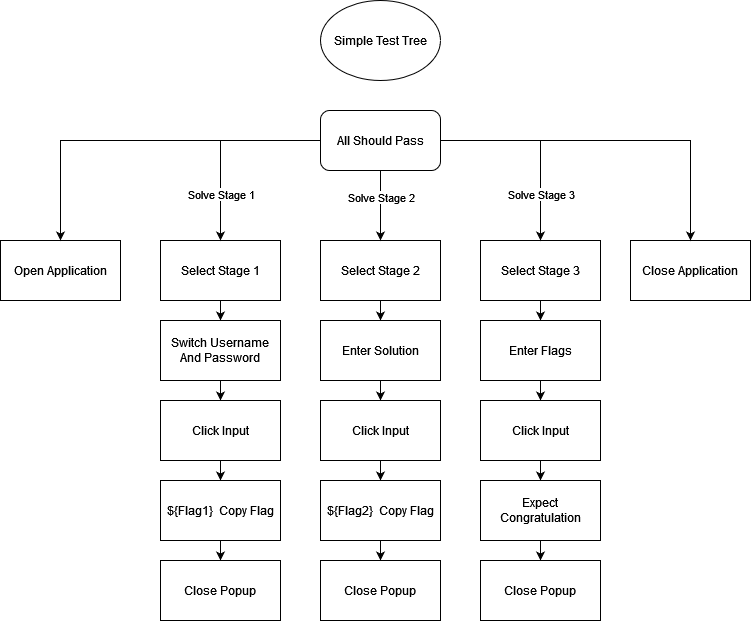
Above: ReadmeImages/SimpleTestTree.png in noubar/BehaviorTreeLibrary-Tests (draw.io), before the change. Source tidied: cells renumbered, new cells last; positions are measured from the earlier drawing's top-left corner, leaving out a move shared by most shapes.
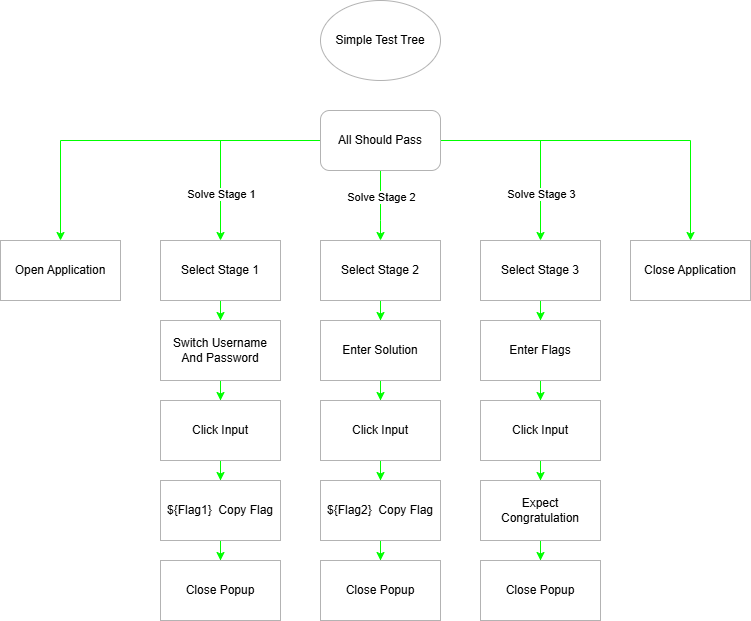
After the commit.

Diff of the diagram source:
```diff
@@ -2,100 +2,100 @@
   <root>
     <mxCell id="0" />
     <mxCell id="1" parent="0" />
-    <mxCell id="2" value="&lt;div&gt;Simple Test Tree&lt;/div&gt;" style="ellipse;whiteSpace=wrap;html=1;" parent="1" vertex="1">
+    <mxCell id="2" value="&lt;div&gt;Simple Test Tree&lt;/div&gt;" style="ellipse;whiteSpace=wrap;html=1;strokeColor=#B3B3B3;" parent="1" vertex="1">
       <mxGeometry x="320" width="120" height="80" as="geometry" />
     </mxCell>
-    <mxCell id="3" style="edgeStyle=orthogonalEdgeStyle;rounded=0;jettySize=auto;html=1;" parent="1" edge="1" source="4" target="6">
+    <mxCell id="3" style="edgeStyle=orthogonalEdgeStyle;rounded=0;jettySize=auto;html=1;strokeColor=#00FF00;" parent="1" edge="1" source="4" target="6">
       <mxGeometry relative="1" as="geometry" />
     </mxCell>
-    <mxCell id="4" value="Select Stage 1" style="rounded=0;whiteSpace=wrap;html=1;" parent="1" vertex="1">
+    <mxCell id="4" value="Select Stage 1" style="rounded=0;whiteSpace=wrap;html=1;strokeColor=#B3B3B3;" parent="1" vertex="1">
       <mxGeometry x="160" y="240" width="120" height="60" as="geometry" />
     </mxCell>
-    <mxCell id="5" style="edgeStyle=orthogonalEdgeStyle;rounded=0;jettySize=auto;html=1;" parent="1" edge="1" source="6" target="8">
+    <mxCell id="5" style="edgeStyle=orthogonalEdgeStyle;rounded=0;jettySize=auto;html=1;strokeColor=#00FF00;" parent="1" edge="1" source="6" target="8">
       <mxGeometry relative="1" as="geometry" />
     </mxCell>
-    <mxCell id="6" value="Switch Username And Password" style="rounded=0;whiteSpace=wrap;html=1;" parent="1" vertex="1">
+    <mxCell id="6" value="Switch Username And Password" style="rounded=0;whiteSpace=wrap;html=1;strokeColor=#B3B3B3;" parent="1" vertex="1">
       <mxGeometry x="160" y="320" width="120" height="60" as="geometry" />
     </mxCell>
-    <mxCell id="7" style="edgeStyle=orthogonalEdgeStyle;rounded=0;jettySize=auto;html=1;" parent="1" edge="1" source="8" target="10">
+    <mxCell id="7" style="edgeStyle=orthogonalEdgeStyle;rounded=0;jettySize=auto;html=1;strokeColor=#00FF00;" parent="1" edge="1" source="8" target="10">
       <mxGeometry relative="1" as="geometry" />
     </mxCell>
-    <mxCell id="8" value="Click Input" style="rounded=0;whiteSpace=wrap;html=1;" parent="1" vertex="1">
+    <mxCell id="8" value="Click Input" style="rounded=0;whiteSpace=wrap;html=1;strokeColor=#B3B3B3;" parent="1" vertex="1">
       <mxGeometry x="160" y="400" width="120" height="60" as="geometry" />
     </mxCell>
-    <mxCell id="9" style="edgeStyle=orthogonalEdgeStyle;rounded=0;jettySize=auto;html=1;" parent="1" edge="1" source="10" target="11">
+    <mxCell id="9" style="edgeStyle=orthogonalEdgeStyle;rounded=0;jettySize=auto;html=1;strokeColor=#00FF00;" parent="1" edge="1" source="10" target="11">
       <mxGeometry relative="1" as="geometry" />
     </mxCell>
-    <mxCell id="10" value="${Flag1}&amp;nbsp; Copy Flag" style="rounded=0;whiteSpace=wrap;html=1;" parent="1" vertex="1">
+    <mxCell id="10" value="${Flag1}&amp;nbsp; Copy Flag" style="rounded=0;whiteSpace=wrap;html=1;strokeColor=#B3B3B3;" parent="1" vertex="1">
       <mxGeometry x="160" y="480" width="120" height="60" as="geometry" />
     </mxCell>
-    <mxCell id="11" value="Close Popup" style="rounded=0;whiteSpace=wrap;html=1;" parent="1" vertex="1">
+    <mxCell id="11" value="Close Popup" style="rounded=0;whiteSpace=wrap;html=1;strokeColor=#B3B3B3;" parent="1" vertex="1">
       <mxGeometry x="160" y="560" width="120" height="60" as="geometry" />
     </mxCell>
-    <mxCell id="12" style="edgeStyle=orthogonalEdgeStyle;rounded=0;jettySize=auto;html=1;" parent="1" edge="1" source="13" target="15">
+    <mxCell id="12" style="edgeStyle=orthogonalEdgeStyle;rounded=0;jettySize=auto;html=1;strokeColor=#00FF00;" parent="1" edge="1" source="13" target="15">
       <mxGeometry relative="1" as="geometry" />
     </mxCell>
-    <mxCell id="13" value="Select Stage 2" style="rounded=0;whiteSpace=wrap;html=1;" parent="1" vertex="1">
+    <mxCell id="13" value="Select Stage 2" style="rounded=0;whiteSpace=wrap;html=1;strokeColor=#B3B3B3;" parent="1" vertex="1">
       <mxGeometry x="320" y="240" width="120" height="60" as="geometry" />
     </mxCell>
-    <mxCell id="14" style="edgeStyle=orthogonalEdgeStyle;rounded=0;jettySize=auto;html=1;" parent="1" edge="1" source="15" target="17">
+    <mxCell id="14" style="edgeStyle=orthogonalEdgeStyle;rounded=0;jettySize=auto;html=1;strokeColor=#00FF00;" parent="1" edge="1" source="15" target="17">
       <mxGeometry relative="1" as="geometry" />
     </mxCell>
-    <mxCell id="15" value="Enter Solution" style="rounded=0;whiteSpace=wrap;html=1;" parent="1" vertex="1">
+    <mxCell id="15" value="Enter Solution" style="rounded=0;whiteSpace=wrap;html=1;strokeColor=#B3B3B3;" parent="1" vertex="1">
       <mxGeometry x="320" y="320" width="120" height="60" as="geometry" />
     </mxCell>
-    <mxCell id="16" style="edgeStyle=orthogonalEdgeStyle;rounded=0;jettySize=auto;html=1;" parent="1" edge="1" source="17" target="19">
+    <mxCell id="16" style="edgeStyle=orthogonalEdgeStyle;rounded=0;jettySize=auto;html=1;strokeColor=#00FF00;" parent="1" edge="1" source="17" target="19">
       <mxGeometry relative="1" as="geometry" />
     </mxCell>
-    <mxCell id="17" value="Click Input" style="rounded=0;whiteSpace=wrap;html=1;" parent="1" vertex="1">
+    <mxCell id="17" value="Click Input" style="rounded=0;whiteSpace=wrap;html=1;strokeColor=#B3B3B3;" parent="1" vertex="1">
       <mxGeometry x="320" y="400" width="120" height="60" as="geometry" />
     </mxCell>
-    <mxCell id="18" style="edgeStyle=orthogonalEdgeStyle;rounded=0;jettySize=auto;html=1;" parent="1" edge="1" source="19" target="20">
+    <mxCell id="18" style="edgeStyle=orthogonalEdgeStyle;rounded=0;jettySize=auto;html=1;strokeColor=#00FF00;" parent="1" edge="1" source="19" target="20">
       <mxGeometry relative="1" as="geometry" />
     </mxCell>
-    <mxCell id="19" value="${Flag2}&amp;nbsp; Copy Flag" style="rounded=0;whiteSpace=wrap;html=1;" parent="1" vertex="1">
+    <mxCell id="19" value="${Flag2}&amp;nbsp; Copy Flag" style="rounded=0;whiteSpace=wrap;html=1;strokeColor=#B3B3B3;" parent="1" vertex="1">
       <mxGeometry x="320" y="480" width="120" height="60" as="geometry" />
     </mxCell>
-    <mxCell id="20" value="Close Popup" style="rounded=0;whiteSpace=wrap;html=1;" parent="1" vertex="1">
+    <mxCell id="20" value="Close Popup" style="rounded=0;whiteSpace=wrap;html=1;strokeColor=#B3B3B3;" parent="1" vertex="1">
       <mxGeometry x="320" y="560" width="120" height="60" as="geometry" />
     </mxCell>
-    <mxCell id="21" style="edgeStyle=orthogonalEdgeStyle;rounded=0;jettySize=auto;html=1;" parent="1" edge="1" source="22" target="24">
+    <mxCell id="21" style="edgeStyle=orthogonalEdgeStyle;rounded=0;jettySize=auto;html=1;strokeColor=#00FF00;" parent="1" edge="1" source="22" target="24">
       <mxGeometry relative="1" as="geometry" />
     </mxCell>
-    <mxCell id="22" value="Select Stage 3" style="rounded=0;whiteSpace=wrap;html=1;" parent="1" vertex="1">
+    <mxCell id="22" value="Select Stage 3" style="rounded=0;whiteSpace=wrap;html=1;strokeColor=#B3B3B3;" parent="1" vertex="1">
       <mxGeometry x="480" y="240" width="120" height="60" as="geometry" />
     </mxCell>
-    <mxCell id="23" style="edgeStyle=orthogonalEdgeStyle;rounded=0;jettySize=auto;html=1;" parent="1" edge="1" source="24" target="26">
+    <mxCell id="23" style="edgeStyle=orthogonalEdgeStyle;rounded=0;jettySize=auto;html=1;strokeColor=#00FF00;" parent="1" edge="1" source="24" target="26">
       <mxGeometry relative="1" as="geometry" />
     </mxCell>
-    <mxCell id="24" value="Enter Flags" style="rounded=0;whiteSpace=wrap;html=1;" parent="1" vertex="1">
+    <mxCell id="24" value="Enter Flags" style="rounded=0;whiteSpace=wrap;html=1;strokeColor=#B3B3B3;" parent="1" vertex="1">
       <mxGeometry x="480" y="320" width="120" height="60" as="geometry" />
     </mxCell>
-    <mxCell id="25" style="edgeStyle=orthogonalEdgeStyle;rounded=0;jettySize=auto;html=1;" parent="1" edge="1" source="26" target="28">
+    <mxCell id="25" style="edgeStyle=orthogonalEdgeStyle;rounded=0;jettySize=auto;html=1;strokeColor=#00FF00;" parent="1" edge="1" source="26" target="28">
       <mxGeometry relative="1" as="geometry" />
     </mxCell>
-    <mxCell id="26" value="Click Input" style="rounded=0;whiteSpace=wrap;html=1;" parent="1" vertex="1">
+    <mxCell id="26" value="Click Input" style="rounded=0;whiteSpace=wrap;html=1;strokeColor=#B3B3B3;" parent="1" vertex="1">
       <mxGeometry x="480" y="400" width="120" height="60" as="geometry" />
     </mxCell>
-    <mxCell id="27" style="edgeStyle=orthogonalEdgeStyle;rounded=0;jettySize=auto;html=1;" parent="1" edge="1" source="28" target="29">
+    <mxCell id="27" style="edgeStyle=orthogonalEdgeStyle;rounded=0;jettySize=auto;html=1;strokeColor=#00FF00;" parent="1" edge="1" source="28" target="29">
       <mxGeometry relative="1" as="geometry" />
     </mxCell>
-    <mxCell id="28" value="Expect Congratulation" style="rounded=0;whiteSpace=wrap;html=1;" parent="1" vertex="1">
+    <mxCell id="28" value="Expect Congratulation" style="rounded=0;whiteSpace=wrap;html=1;strokeColor=#B3B3B3;" parent="1" vertex="1">
       <mxGeometry x="480" y="480" width="120" height="60" as="geometry" />
     </mxCell>
-    <mxCell id="29" value="Close Popup" style="rounded=0;whiteSpace=wrap;html=1;" parent="1" vertex="1">
+    <mxCell id="29" value="Close Popup" style="rounded=0;whiteSpace=wrap;html=1;strokeColor=#B3B3B3;" parent="1" vertex="1">
       <mxGeometry x="480" y="560" width="120" height="60" as="geometry" />
     </mxCell>
-    <mxCell id="30" value="Close Application" style="rounded=0;whiteSpace=wrap;html=1;" parent="1" vertex="1">
+    <mxCell id="30" value="Close Application" style="rounded=0;whiteSpace=wrap;html=1;strokeColor=#B3B3B3;" parent="1" vertex="1">
       <mxGeometry x="630" y="240" width="120" height="60" as="geometry" />
     </mxCell>
-    <mxCell id="31" value="Open Application" style="rounded=0;whiteSpace=wrap;html=1;" parent="1" vertex="1">
+    <mxCell id="31" value="Open Application" style="rounded=0;whiteSpace=wrap;html=1;strokeColor=#B3B3B3;" parent="1" vertex="1">
       <mxGeometry y="240" width="120" height="60" as="geometry" />
     </mxCell>
-    <mxCell id="32" style="edgeStyle=orthogonalEdgeStyle;rounded=0;jettySize=auto;html=1;" parent="1" edge="1" source="39" target="31">
+    <mxCell id="32" style="edgeStyle=orthogonalEdgeStyle;rounded=0;jettySize=auto;html=1;strokeColor=#00FF00;" parent="1" edge="1" source="39" target="31">
       <mxGeometry relative="1" as="geometry" />
     </mxCell>
-    <mxCell id="33" style="edgeStyle=orthogonalEdgeStyle;rounded=0;jettySize=auto;html=1;" parent="1" edge="1" source="39" target="4">
+    <mxCell id="33" style="edgeStyle=orthogonalEdgeStyle;rounded=0;jettySize=auto;html=1;strokeColor=#00FF00;" parent="1" edge="1" source="39" target="4">
       <mxGeometry relative="1" as="geometry" />
     </mxCell>
     <mxCell id="34" value="Solve Stage 1" style="edgeLabel;html=1;align=center;verticalAlign=middle;" parent="33" vertex="1">
@@ -103,7 +103,7 @@
         <mxPoint x="2" y="10" as="offset" />
       </mxGeometry>
     </mxCell>
-    <mxCell id="35" style="edgeStyle=orthogonalEdgeStyle;rounded=0;jettySize=auto;html=1;" parent="1" edge="1" source="39" target="13">
+    <mxCell id="35" style="edgeStyle=orthogonalEdgeStyle;rounded=0;jettySize=auto;html=1;strokeColor=#00FF00;" parent="1" edge="1" source="39" target="13">
       <mxGeometry relative="1" as="geometry">
         <Array as="points">
           <mxPoint x="380" y="220" />
@@ -111,7 +111,7 @@
         </Array>
       </mxGeometry>
     </mxCell>
-    <mxCell id="36" style="edgeStyle=orthogonalEdgeStyle;rounded=0;jettySize=auto;html=1;" parent="1" edge="1" source="39" target="22">
+    <mxCell id="36" style="edgeStyle=orthogonalEdgeStyle;rounded=0;jettySize=auto;html=1;strokeColor=#00FF00;" parent="1" edge="1" source="39" target="22">
       <mxGeometry relative="1" as="geometry" />
     </mxCell>
     <mxCell id="37" value="Solve Stage 3" style="edgeLabel;html=1;align=center;verticalAlign=middle;" parent="36" vertex="1">
@@ -119,10 +119,10 @@
         <mxPoint y="12" as="offset" />
       </mxGeometry>
     </mxCell>
-    <mxCell id="38" style="edgeStyle=orthogonalEdgeStyle;rounded=0;jettySize=auto;html=1;" parent="1" edge="1" source="39" target="30">
+    <mxCell id="38" style="edgeStyle=orthogonalEdgeStyle;rounded=0;jettySize=auto;html=1;strokeColor=#00FF00;" parent="1" edge="1" source="39" target="30">
       <mxGeometry relative="1" as="geometry" />
     </mxCell>
-    <mxCell id="39" value="All Should Pass" style="rounded=1;whiteSpace=wrap;html=1;" parent="1" vertex="1">
+    <mxCell id="39" value="All Should Pass" style="rounded=1;whiteSpace=wrap;html=1;strokeColor=#B3B3B3;" parent="1" vertex="1">
       <mxGeometry x="320" y="110" width="120" height="60" as="geometry" />
     </mxCell>
     <mxCell id="40" value="Solve Stage 2" style="edgeLabel;html=1;align=center;verticalAlign=middle;" parent="1" vertex="1">
```
